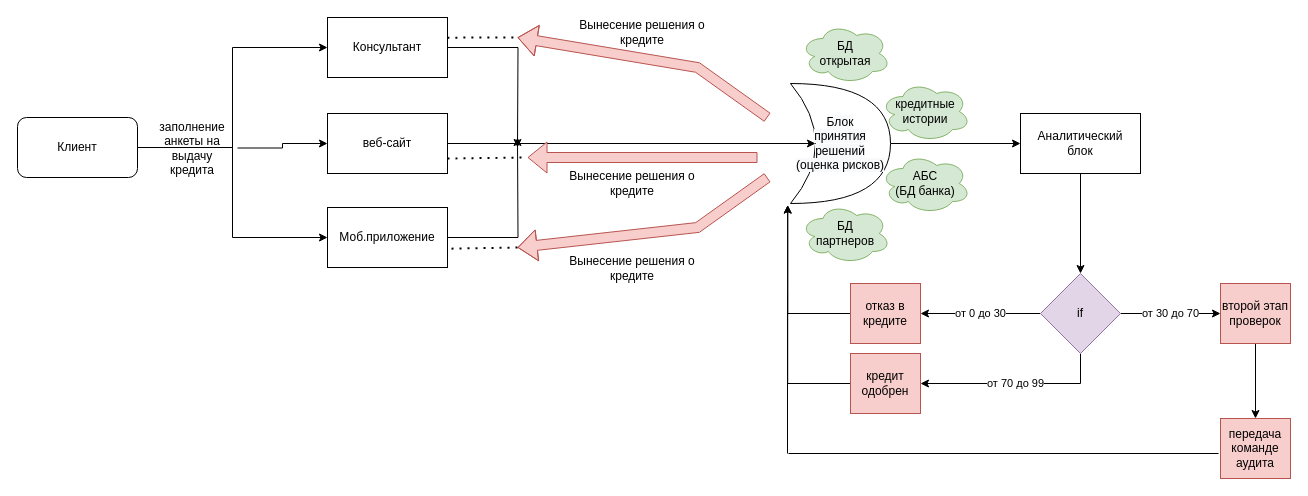
Earlier version of the draw.io diagram Diagram_for_task_2.drawio (NatPopstar/Data_Science). Source tidied: cells renumbered, new cells numbered last; positions are measured from the earlier drawing's top-left corner, leaving out a move shared by most shapes. Both pictures are drawn from the tidied source at 100%, with x=0, y=0 at pixel (17, 17).
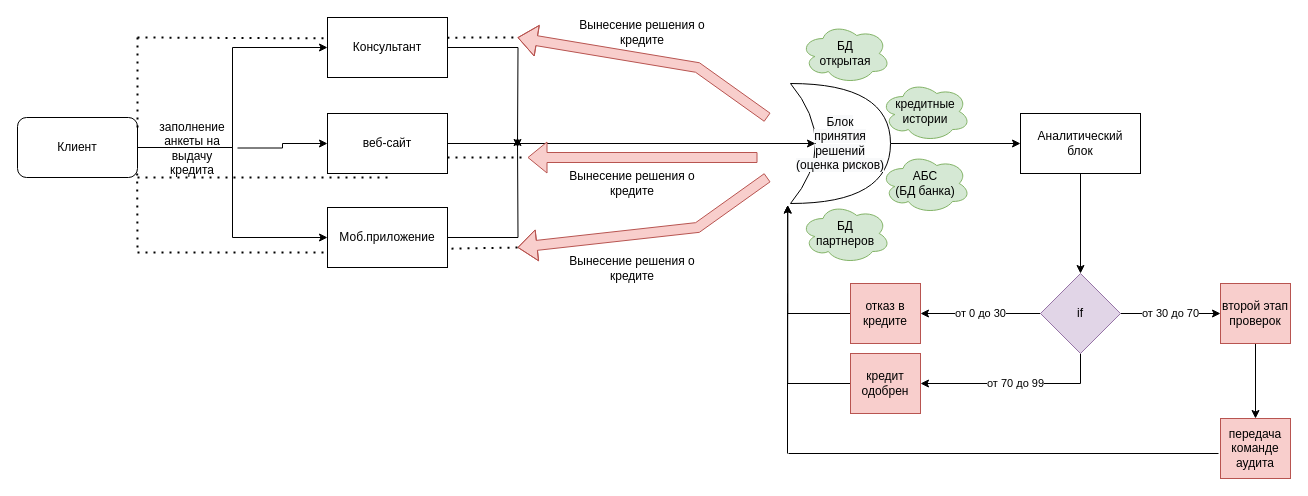
The same page after the edit.

Unchanged cells that the change refers to:
```xml
<mxCell id="5" value="Клиент" style="rounded=1;whiteSpace=wrap;html=1;" parent="1" vertex="1">
  <mxGeometry y="100" width="120" height="60" as="geometry" />
</mxCell>
<mxCell id="7" value="Консультант" style="rounded=0;whiteSpace=wrap;html=1;" parent="1" vertex="1">
  <mxGeometry x="310" width="120" height="60" as="geometry" />
</mxCell>
<mxCell id="9" value="веб-сайт" style="rounded=0;whiteSpace=wrap;html=1;" parent="1" vertex="1">
  <mxGeometry x="310" y="96" width="120" height="60" as="geometry" />
</mxCell>
<mxCell id="11" value="Моб.приложение" style="rounded=0;whiteSpace=wrap;html=1;" parent="1" vertex="1">
  <mxGeometry x="310" y="190" width="120" height="60" as="geometry" />
</mxCell>
```

What changed in the source:
```diff
@@
-    <mxCell id="42" style="endArrow=none;dashed=1;html=1;dashPattern=1 3;strokeWidth=2;rounded=0;exitX=1;exitY=0.75;exitDx=0;exitDy=0;" parent="1" edge="1" source="9">
+    <mxCell id="42" style="endArrow=none;dashed=1;html=1;dashPattern=1 3;strokeWidth=2;rounded=0;" parent="1" edge="1">
       <mxGeometry relative="1" as="geometry">
+        <mxPoint x="430" y="140" as="sourcePoint" />
         <mxPoint x="510" y="140" as="targetPoint" />
       </mxGeometry>
     </mxCell>
@@
+    <mxCell id="44" style="endArrow=none;dashed=1;html=1;dashPattern=1 3;strokeWidth=2;rounded=0;entryX=0;entryY=0.75;entryDx=0;entryDy=0;" parent="1" edge="1" target="11">
+      <mxGeometry relative="1" as="geometry">
+        <mxPoint x="120" y="235" as="sourcePoint" />
+      </mxGeometry>
+    </mxCell>
+    <mxCell id="45" style="endArrow=none;dashed=1;html=1;dashPattern=1 3;strokeWidth=2;rounded=0;exitX=1;exitY=1;exitDx=0;exitDy=0;" parent="1" edge="1" source="5">
+      <mxGeometry relative="1" as="geometry">
+        <mxPoint x="370" y="160" as="targetPoint" />
+      </mxGeometry>
+    </mxCell>
+    <mxCell id="46" style="endArrow=none;dashed=1;html=1;dashPattern=1 3;strokeWidth=2;rounded=0;entryX=-0.006;entryY=0.348;entryDx=0;entryDy=0;entryPerimeter=0;" parent="1" edge="1" target="7">
+      <mxGeometry relative="1" as="geometry">
+        <mxPoint x="120" y="20" as="sourcePoint" />
+      </mxGeometry>
+    </mxCell>
+    <mxCell id="47" style="endArrow=none;dashed=1;html=1;dashPattern=1 3;strokeWidth=2;rounded=0;exitX=1;exitY=0.167;exitDx=0;exitDy=0;exitPerimeter=0;" parent="1" edge="1" source="5">
+      <mxGeometry relative="1" as="geometry">
+        <mxPoint x="120" y="20" as="targetPoint" />
+      </mxGeometry>
+    </mxCell>
+    <mxCell id="48" style="endArrow=none;dashed=1;html=1;dashPattern=1 3;strokeWidth=2;rounded=0;entryX=0.997;entryY=0.888;entryDx=0;entryDy=0;entryPerimeter=0;" parent="1" edge="1" target="5">
+      <mxGeometry relative="1" as="geometry">
+        <mxPoint x="120" y="230" as="sourcePoint" />
+      </mxGeometry>
+    </mxCell>
```
